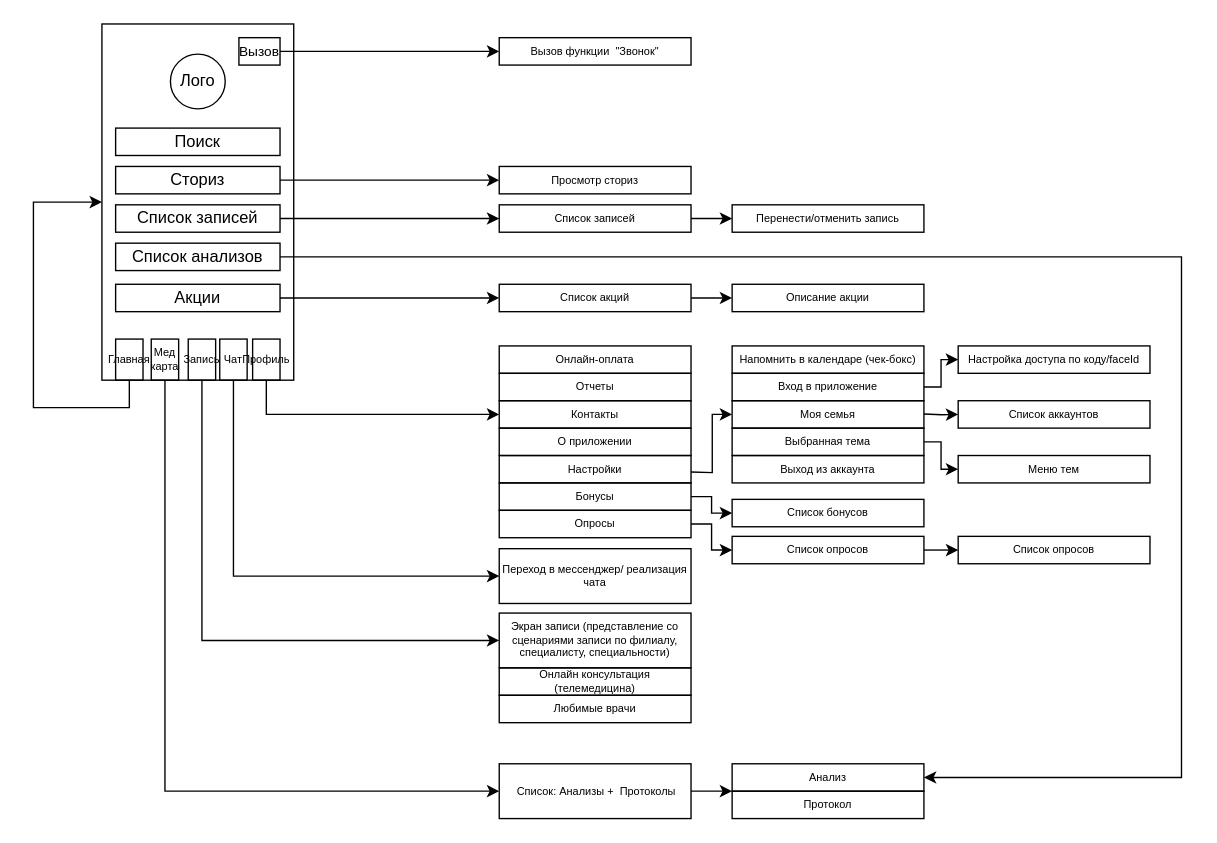
Above: page "Ver1" (1 of 2) of User flow.drawio in Maxim-lavrushin/First-Repo (draw.io), before the change. Source tidied: cells renumbered, new cells numbered last; positions are measured from the earlier drawing's top-left corner, leaving out a move shared by most shapes. Both pictures are drawn from the tidied source at 137%, with x=0, y=0 at pixel (33, 23).
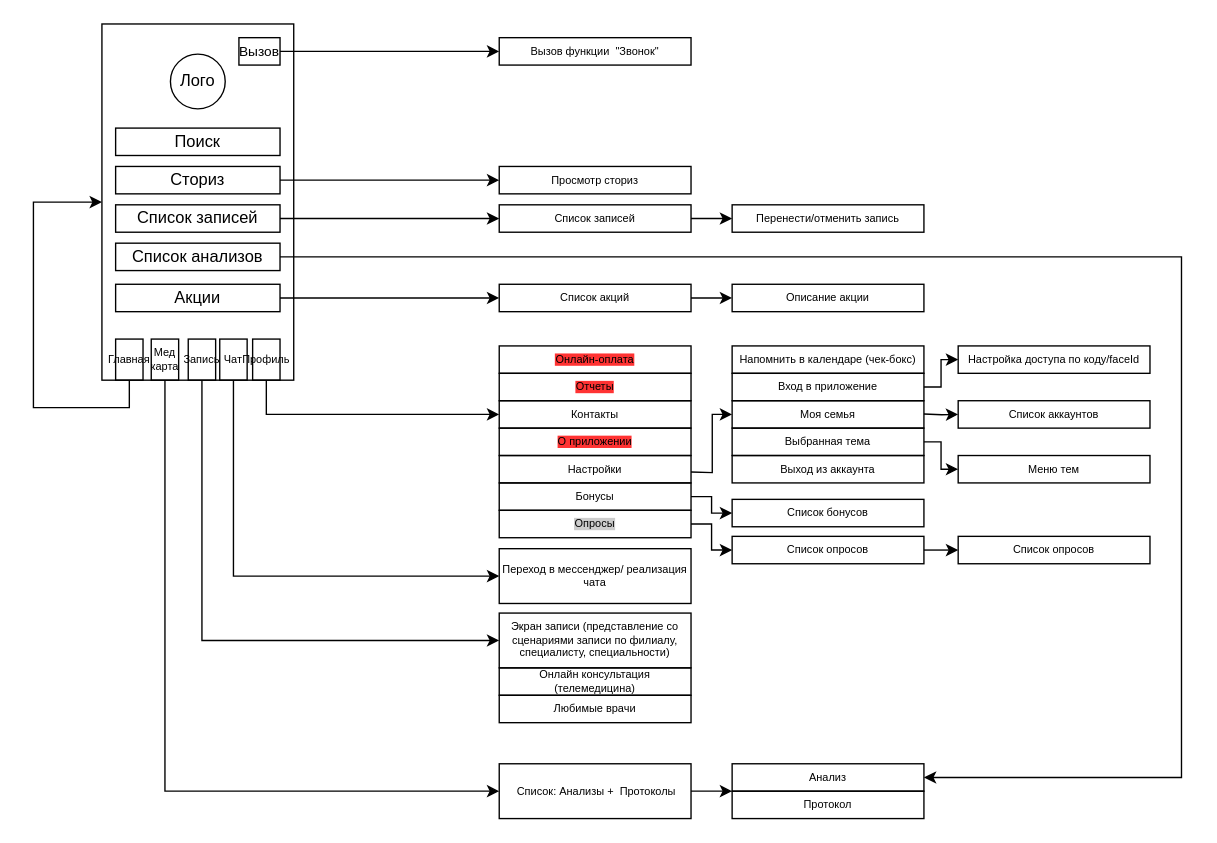
Above is the later version.

Commit message:
Update User flow Ver2.drawio

What changed in the source:
```diff
@@
-    <mxCell id="19" value="Отчеты" style="whiteSpace=wrap;html=1;strokeColor=#000000;fontSize=8;fillColor=none;" parent="1" vertex="1">
+    <mxCell id="19" value="Отчеты" style="whiteSpace=wrap;html=1;strokeColor=#000000;fontSize=8;fillColor=none;labelBackgroundColor=#FF3333;" parent="1" vertex="1">
       <mxGeometry x="339.9" y="255" width="140" height="20" as="geometry" />
     </mxCell>
-    <mxCell id="20" value="Онлайн-оплата" style="whiteSpace=wrap;html=1;strokeColor=#000000;fontSize=8;fillColor=none;" parent="1" vertex="1">
+    <mxCell id="20" value="Онлайн-оплата" style="whiteSpace=wrap;html=1;strokeColor=#000000;fontSize=8;fillColor=none;labelBackgroundColor=#FF3333;" parent="1" vertex="1">
       <mxGeometry x="339.9" y="235" width="140" height="20" as="geometry" />
     </mxCell>
@@
-    <mxCell id="27" value="О приложении" style="whiteSpace=wrap;html=1;strokeColor=#000000;fontSize=8;fillColor=none;" parent="1" vertex="1">
+    <mxCell id="27" value="О приложении" style="whiteSpace=wrap;html=1;strokeColor=#000000;fontSize=8;fillColor=none;labelBackgroundColor=#FF3333;" parent="1" vertex="1">
       <mxGeometry x="339.9" y="295" width="140" height="20" as="geometry" />
     </mxCell>
@@
-    <mxCell id="62" value="Опросы" style="whiteSpace=wrap;html=1;strokeColor=#000000;fontSize=8;fillColor=none;" parent="1" vertex="1">
+    <mxCell id="62" value="Опросы" style="whiteSpace=wrap;html=1;strokeColor=#000000;fontSize=8;fillColor=none;labelBackgroundColor=#CCCCCC;" parent="1" vertex="1">
       <mxGeometry x="339.9" y="355" width="140" height="20" as="geometry" />
     </mxCell>
```
